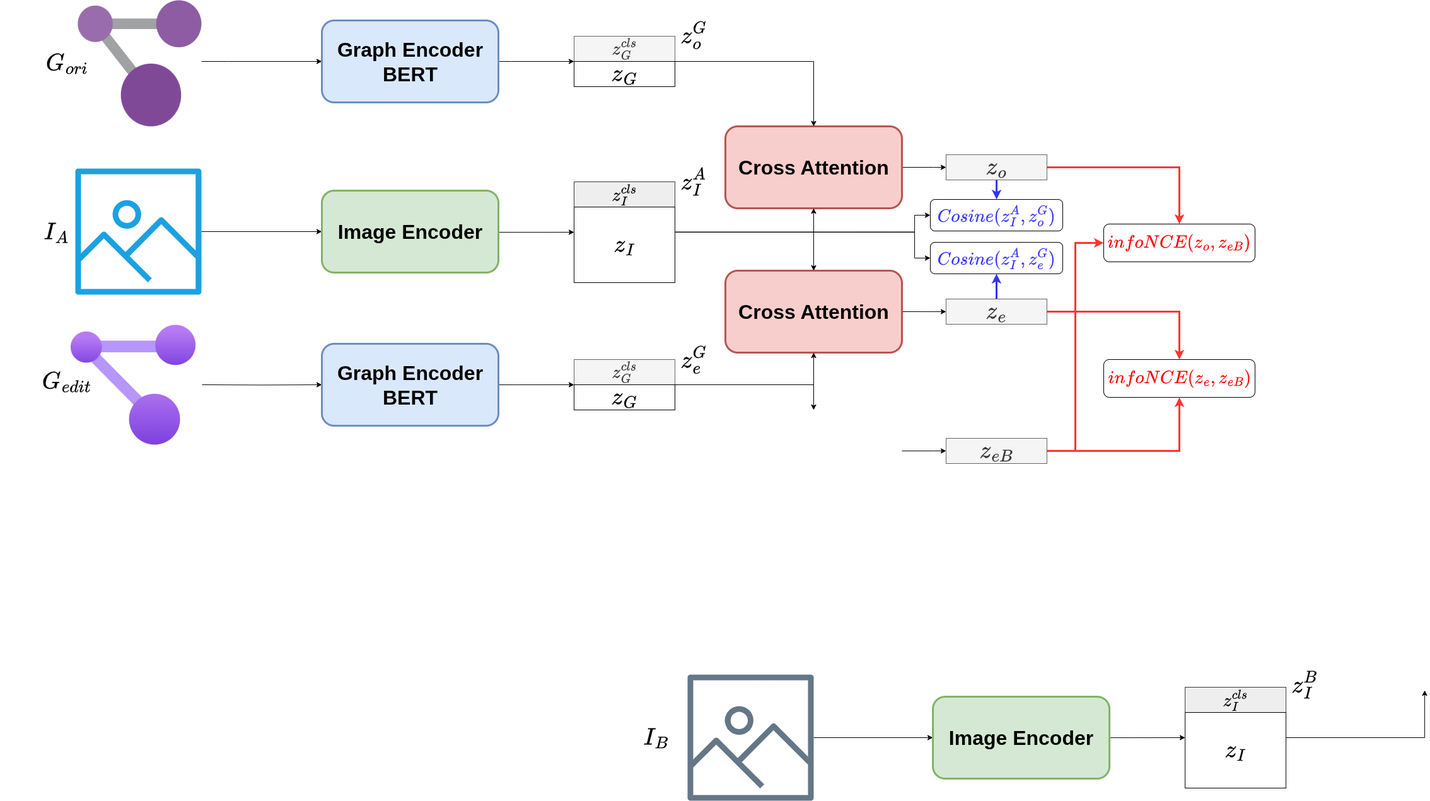
This is Images/CrossEncoder/Proposed_Framework_v2.png from PDD0911-HCMUS/SG-Retrieval, a draw.io export, as it was before one commit. Source tidied: cells renumbered, new cells last; positions are measured from the earlier drawing's top-left corner, leaving out a move shared by most shapes.
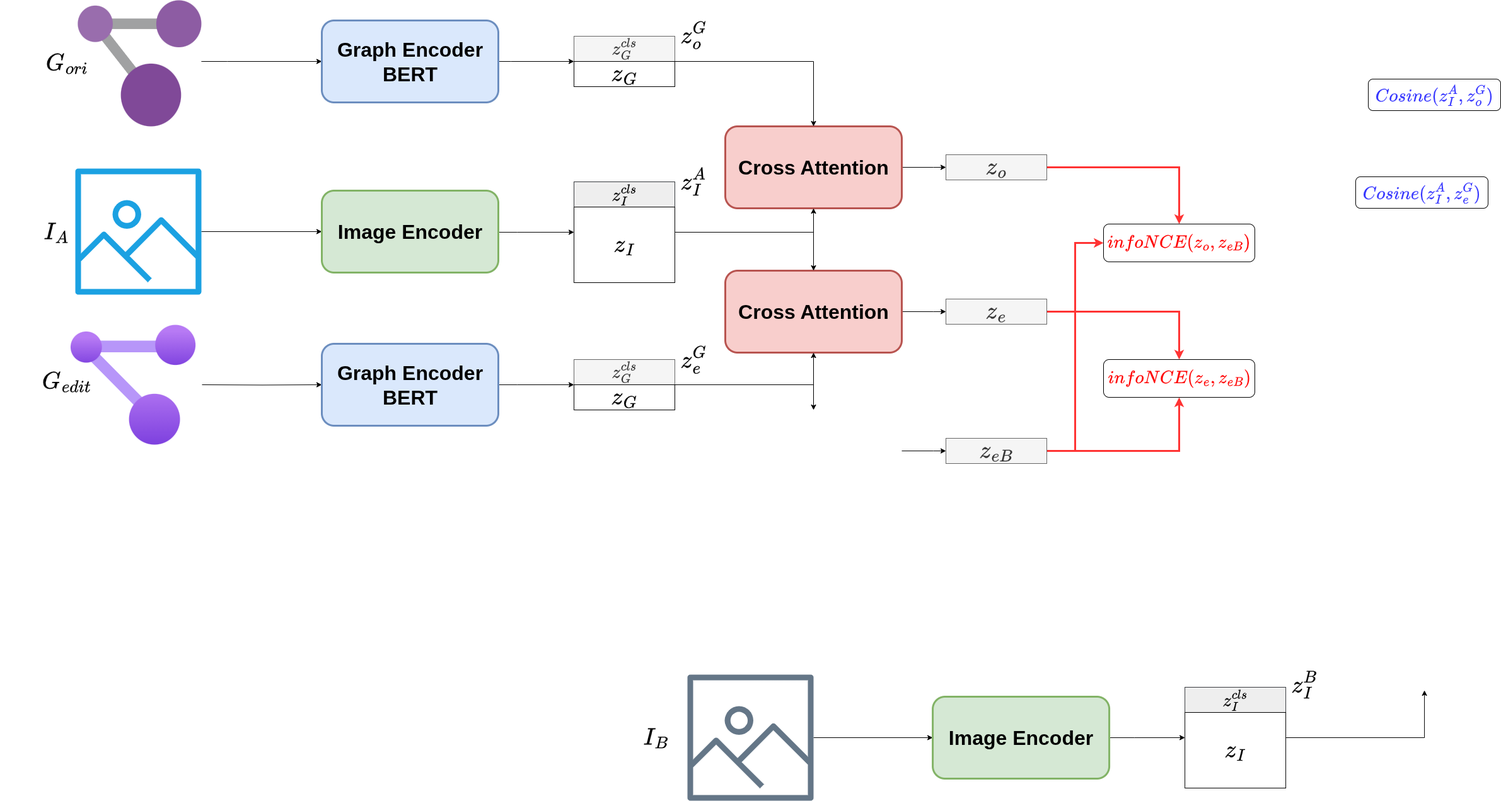
After the change.

What changed in the source:
```diff
@@ -95,18 +95,12 @@
     <mxCell id="21" style="edgeStyle=orthogonalEdgeStyle;rounded=0;jettySize=auto;html=1;entryX=0.5;entryY=0;entryDx=0;entryDy=0;strokeColor=#FF3333;strokeWidth=3;" parent="1" edge="1" source="23" target="52">
       <mxGeometry relative="1" as="geometry" />
     </mxCell>
-    <mxCell id="22" style="edgeStyle=orthogonalEdgeStyle;rounded=0;jettySize=auto;html=1;strokeColor=#3333FF;strokeWidth=3;" parent="1" edge="1" source="23" target="48">
-      <mxGeometry relative="1" as="geometry" />
-    </mxCell>
     <mxCell id="23" value="$$z_o$$" style="rounded=0;whiteSpace=wrap;html=1;fillColor=#f5f5f5;fontColor=#333333;strokeColor=#666666;fontSize=32;fontStyle=1;" parent="1" vertex="1">
       <mxGeometry x="1500" y="245" width="160" height="40" as="geometry" />
     </mxCell>
     <mxCell id="24" style="edgeStyle=orthogonalEdgeStyle;rounded=0;jettySize=auto;html=1;entryX=0.5;entryY=0;entryDx=0;entryDy=0;strokeColor=#FF3333;strokeWidth=3;" parent="1" edge="1" source="26" target="51">
       <mxGeometry relative="1" as="geometry" />
     </mxCell>
-    <mxCell id="25" style="edgeStyle=orthogonalEdgeStyle;rounded=0;jettySize=auto;html=1;strokeColor=#3333FF;strokeWidth=3;" parent="1" edge="1" source="26" target="61">
-      <mxGeometry relative="1" as="geometry" />
-    </mxCell>
     <mxCell id="26" value="$$z_e$$" style="rounded=0;whiteSpace=wrap;html=1;fillColor=#f5f5f5;fontColor=#333333;strokeColor=#666666;fontSize=32;fontStyle=1;" parent="1" vertex="1">
       <mxGeometry x="1500" y="474" width="160" height="40" as="geometry" />
     </mxCell>
@@ -223,18 +217,11 @@
       </mxGeometry>
     </mxCell>
     <mxCell id="48" value="&lt;span style=&quot;color: rgb(51, 51, 255); font-size: 24px; text-wrap-mode: nowrap;&quot;&gt;$$Cosine(z^{A}_{I},z^{G}_{o})$$&lt;/span&gt;" style="rounded=1;whiteSpace=wrap;html=1;" parent="1" vertex="1">
-      <mxGeometry x="1475" y="316" width="210" height="50" as="geometry" />
+      <mxGeometry x="2170" y="125" width="210" height="50" as="geometry" />
     </mxCell>
     <mxCell id="49" value="&lt;span style=&quot;font-size: 24px;&quot;&gt;$$z^{cls}_G$$&lt;/span&gt;" style="rounded=0;whiteSpace=wrap;html=1;fillColor=#f5f5f5;fontColor=#333333;strokeColor=#666666;" parent="1" vertex="1">
       <mxGeometry x="910" y="570" width="160" height="40" as="geometry" />
     </mxCell>
-    <mxCell id="50" style="edgeStyle=orthogonalEdgeStyle;rounded=0;jettySize=auto;html=1;fontColor=#3333FF;strokeColor=#000000;strokeWidth=1;exitX=0.998;exitY=0.33;exitDx=0;exitDy=0;exitPerimeter=0;entryX=0;entryY=0.5;entryDx=0;entryDy=0;" parent="1" edge="1" source="60" target="48">
-      <mxGeometry relative="1" as="geometry">
-        <Array as="points">
-          <mxPoint x="1450" y="368" />
-        </Array>
-      </mxGeometry>
-    </mxCell>
     <mxCell id="51" value="&lt;span style=&quot;color: rgb(255, 0, 0); font-size: 24px; text-wrap-mode: nowrap;&quot;&gt;$$infoNCE(z_e,z_{eB})$$&lt;/span&gt;" style="rounded=1;whiteSpace=wrap;html=1;" parent="1" vertex="1">
       <mxGeometry x="1750" y="570" width="240" height="60" as="geometry" />
     </mxCell>
@@ -266,15 +253,7 @@
       <mxGeometry y="40" width="160" height="120" as="geometry" />
     </mxCell>
     <mxCell id="61" value="&lt;span style=&quot;color: rgb(51, 51, 255); font-size: 24px; text-wrap-mode: nowrap;&quot;&gt;$$Cosine(z^{A}_{I},z^{G}_{e})$$&lt;/span&gt;" style="rounded=1;whiteSpace=wrap;html=1;" parent="1" vertex="1">
-      <mxGeometry x="1475" y="384" width="210" height="50" as="geometry" />
+      <mxGeometry x="2150" y="280" width="210" height="50" as="geometry" />
     </mxCell>
-    <mxCell id="62" style="edgeStyle=orthogonalEdgeStyle;rounded=0;jettySize=auto;html=1;entryX=0;entryY=0.5;entryDx=0;entryDy=0;exitX=1.002;exitY=0.333;exitDx=0;exitDy=0;exitPerimeter=0;strokeColor=#000000;strokeWidth=1;" parent="1" edge="1" source="60" target="61">
-      <mxGeometry relative="1" as="geometry">
-        <Array as="points">
-          <mxPoint x="1450" y="368" />
-          <mxPoint x="1450" y="409" />
-        </Array>
-      </mxGeometry>
-    </mxCell>
   </root>
 </mxGraphModel>
```
